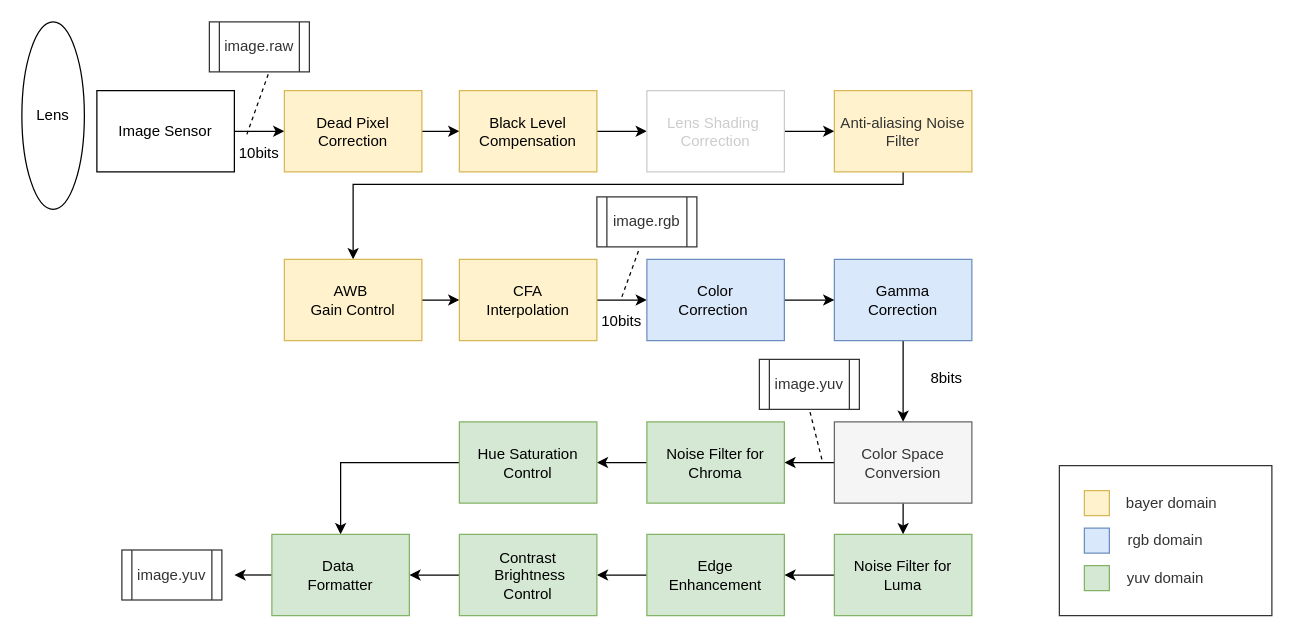
The draw.io diagram image/deaft.drawio in lesialin/ImageSignalProcessing_C, before the edit. Source tidied: cells renumbered, new cells numbered last; positions are measured from the earlier drawing's top-left corner, leaving out a move shared by most shapes. Both pictures are drawn from the tidied source at 125%, with x=0, y=0 at pixel (21, 21).
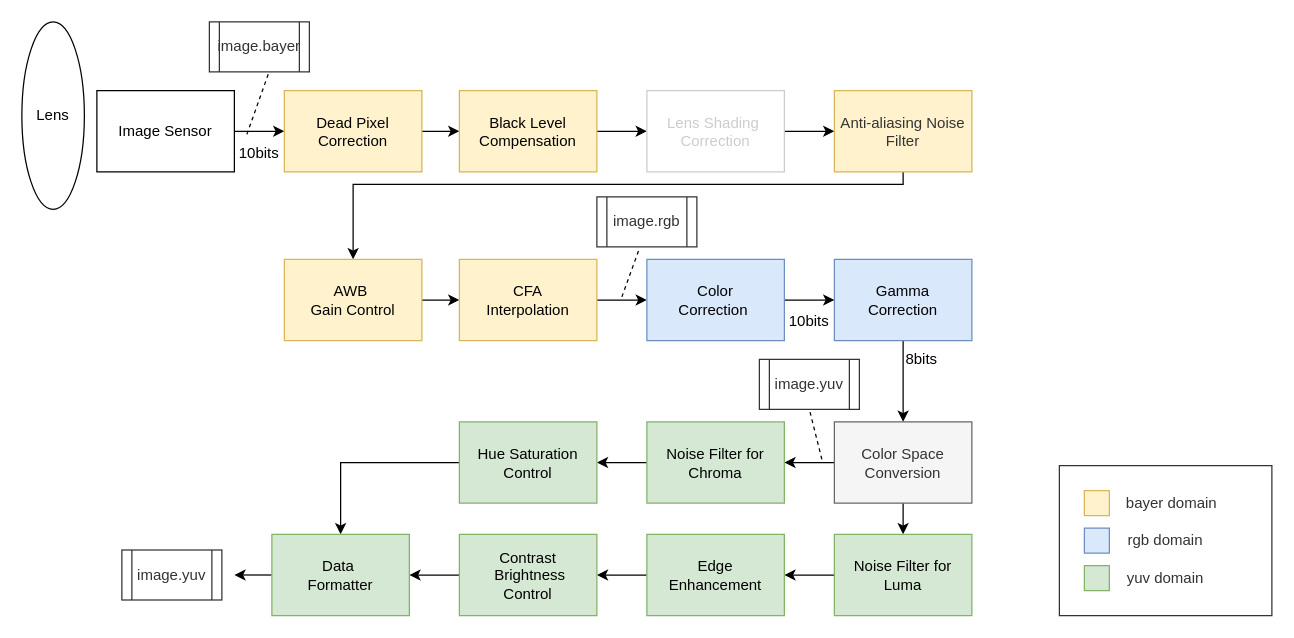
After the change.

Commit message (it also covers changes not shown here):
refine fig

Diff of the diagram source:
```diff
@@
-    <mxCell id="37" value="image.raw" style="shape=process;whiteSpace=wrap;html=1;backgroundOutline=1;fontColor=#333333;strokeColor=#333333;" parent="1" vertex="1">
+    <mxCell id="37" value="image.bayer" style="shape=process;whiteSpace=wrap;html=1;backgroundOutline=1;fontColor=#333333;strokeColor=#333333;" parent="1" vertex="1">
       <mxGeometry x="150" width="80" height="40" as="geometry" />
     </mxCell>
@@
-    <mxCell id="52" value="10bits" style="text;html=1;strokeColor=none;fillColor=none;align=center;verticalAlign=middle;whiteSpace=wrap;rounded=0;" parent="1" vertex="1">
-      <mxGeometry x="450" y="225" width="60" height="30" as="geometry" />
-    </mxCell>
     <mxCell id="53" value="8bits" style="text;html=1;strokeColor=none;fillColor=none;align=center;verticalAlign=middle;whiteSpace=wrap;rounded=0;" parent="1" vertex="1">
-      <mxGeometry x="710" y="270" width="60" height="30" as="geometry" />
+      <mxGeometry x="690" y="255" width="60" height="30" as="geometry" />
     </mxCell>
@@
+    <mxCell id="52" value="10bits" style="text;html=1;strokeColor=none;fillColor=none;align=center;verticalAlign=middle;whiteSpace=wrap;rounded=0;" parent="1" vertex="1">
+      <mxGeometry x="600" y="225" width="60" height="30" as="geometry" />
+    </mxCell>
```
